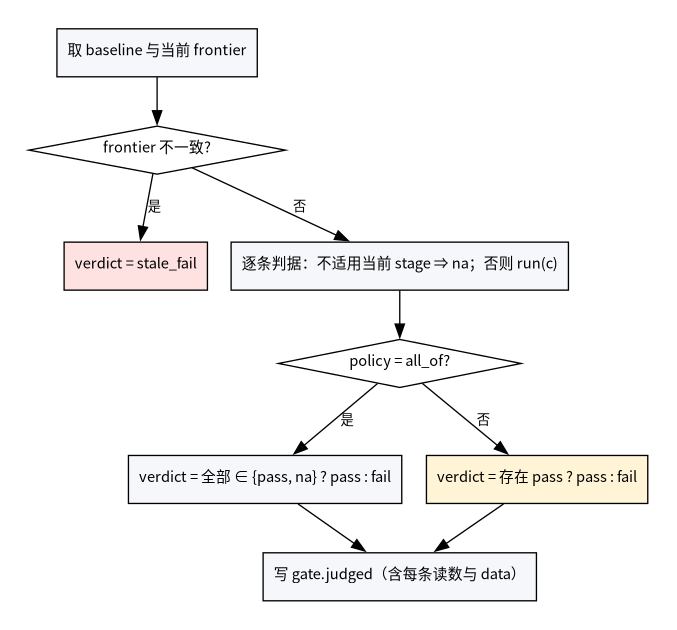
Earlier version of the Graphviz export design/diagrams/p2-gate-ns.png (raitpor/dsh-software-dev-office). Its source is kept beside it as design/diagrams/p2-gate-ns.dot. Its diagram source:
```dot
digraph G {
  graph [bgcolor=white, pad=0.3];
  node [fontname="Noto Sans CJK SC", fontsize=11];
  edge [fontname="Noto Sans CJK SC", fontsize=10];

node [shape=box, style=filled, fillcolor="#f5f7fa"];
n0 [label="取 baseline 与当前 frontier"];
n1 [shape=diamond, fillcolor=white, label="frontier 不一致?"];
s1 [fillcolor="#fde2e1", label="verdict = stale_fail"];
n2 [label="逐条判据：不适用当前 stage ⇒ na；否则 run(c)"];
n3 [shape=diamond, fillcolor=white, label="policy = all_of?"];
v1 [label="verdict = 全部 ∈ {pass, na} ? pass : fail"];
v2 [fillcolor="#fff4d6", label="verdict = 存在 pass ? pass : fail"];
n4 [label="写 gate.judged（含每条读数与 data）"];
n0 -> n1;
n1 -> s1 [label="是"]; n1 -> n2 [label="否"];
n2 -> n3;
n3 -> v1 [label="是"]; n3 -> v2 [label="否"];
v1 -> n4; v2 -> n4;

}
```
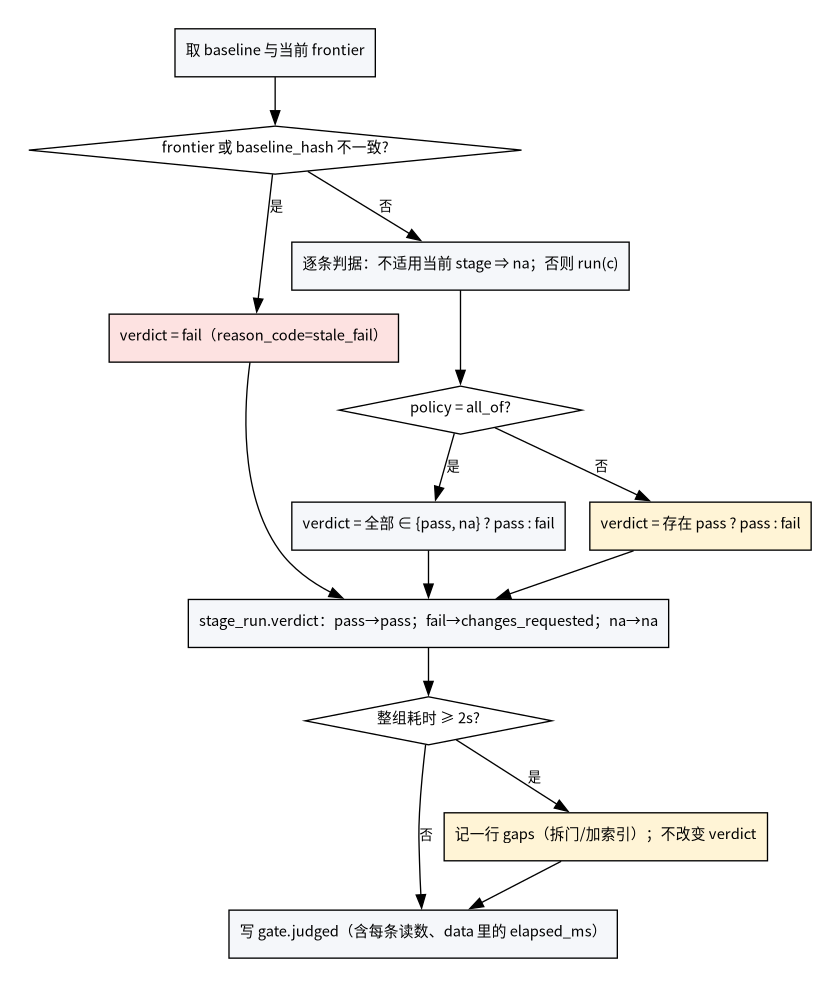
The same file after the commit.

What changed in the source:
```diff
@@ -5,17 +5,24 @@
 
 node [shape=box, style=filled, fillcolor="#f5f7fa"];
 n0 [label="取 baseline 与当前 frontier"];
-n1 [shape=diamond, fillcolor=white, label="frontier 不一致?"];
-s1 [fillcolor="#fde2e1", label="verdict = stale_fail"];
+n1 [shape=diamond, fillcolor=white, label="frontier 或 baseline_hash 不一致?"];
+s1 [fillcolor="#fde2e1", label="verdict = fail（reason_code=stale_fail）"];
 n2 [label="逐条判据：不适用当前 stage ⇒ na；否则 run(c)"];
 n3 [shape=diamond, fillcolor=white, label="policy = all_of?"];
 v1 [label="verdict = 全部 ∈ {pass, na} ? pass : fail"];
 v2 [fillcolor="#fff4d6", label="verdict = 存在 pass ? pass : fail"];
-n4 [label="写 gate.judged（含每条读数与 data）"];
+map [shape=box, label="stage_run.verdict：pass→pass；fail→changes_requested；na→na"];
+n4 [label="写 gate.judged（含每条读数、data 里的 elapsed_ms）"];
+n5 [shape=diamond, fillcolor=white, label="整组耗时 ≥ 2s?"];
+n6 [fillcolor="#fff4d6", label="记一行 gaps（拆门/加索引）；不改变 verdict"];
 n0 -> n1;
 n1 -> s1 [label="是"]; n1 -> n2 [label="否"];
+s1 -> map;
 n2 -> n3;
 n3 -> v1 [label="是"]; n3 -> v2 [label="否"];
-v1 -> n4; v2 -> n4;
+v1 -> map; v2 -> map;
+map -> n5;
+n5 -> n6 [label="是"]; n5 -> n4 [label="否"];
+n6 -> n4;
 
 }
```
